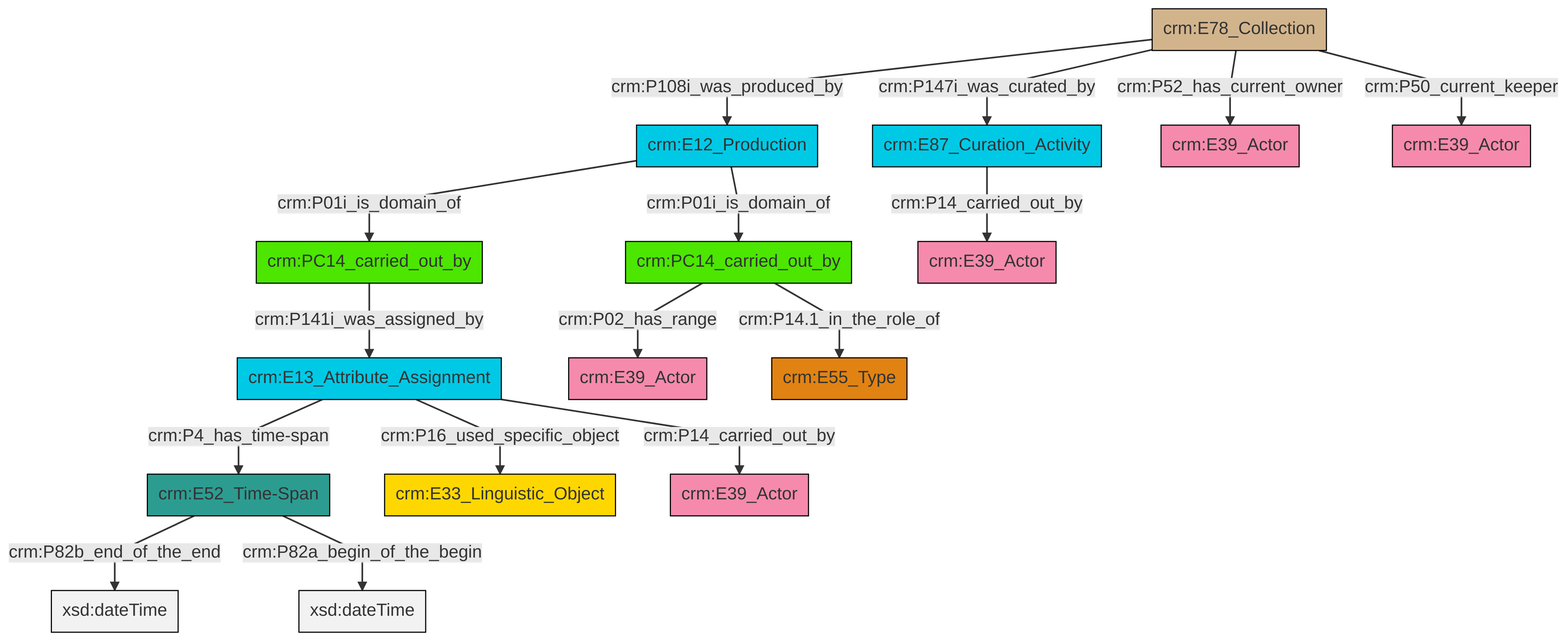
This is et/archivalCSV/ttl/mmd/png/archival_relation.png from swiss-art-research-net/docs.swissartresearch, a Mermaid export, as it was before one commit. Its source is kept beside it as et/archivalCSV/ttl/mmd/archival_relation.ttl.mmd.
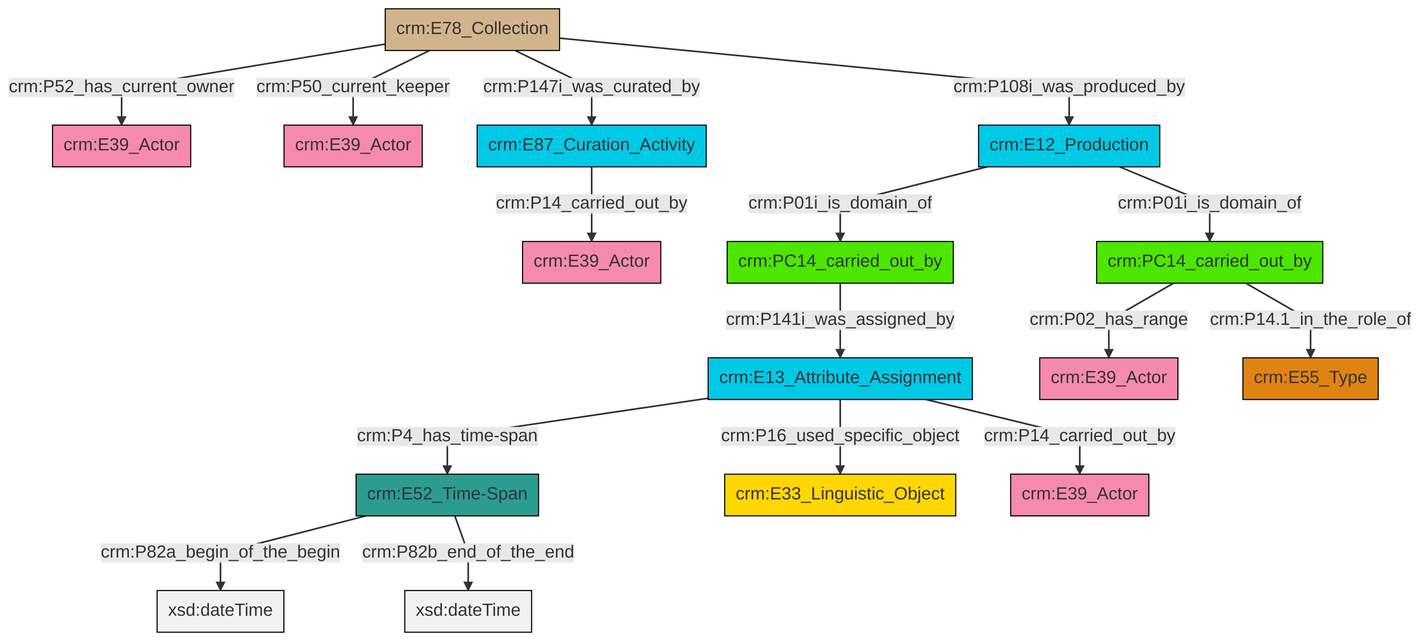
The same diagram one commit later.

The edit, as a diff of the source:
```diff
@@ -13,18 +13,18 @@
 classDef PC_Classes fill:#4ce600, stroke:#000000;
 classDef Multi fill:#cccccc,stroke:#000000;
 
-0["crm:E78_Collection"]:::Physical_Thing -->|crm:P108i_was_produced_by| 1["crm:E12_Production"]:::Temporal_Entity
-1["crm:E12_Production"]:::Temporal_Entity -->|crm:P01i_is_domain_of| 2["crm:PC14_carried_out_by"]:::PC_Classes
-0["crm:E78_Collection"]:::Physical_Thing -->|crm:P147i_was_curated_by| 10["crm:E87_Curation_Activity"]:::Temporal_Entity
-3["crm:E13_Attribute_Assignment"]:::Temporal_Entity -->|crm:P16_used_specific_object| 11["crm:E33_Linguistic_Object"]:::Conceptual_Object
-3["crm:E13_Attribute_Assignment"]:::Temporal_Entity -->|crm:P14_carried_out_by| 13["crm:E39_Actor"]:::Actor
-2["crm:PC14_carried_out_by"]:::PC_Classes -->|crm:P02_has_range| 14["crm:E39_Actor"]:::Actor
-3["crm:E13_Attribute_Assignment"]:::Temporal_Entity -->|crm:P4_has_time-span| 8["crm:E52_Time-Span"]:::Time-Span
-0["crm:E78_Collection"]:::Physical_Thing -->|crm:P52_has_current_owner| 17["crm:E39_Actor"]:::Actor
-8["crm:E52_Time-Span"]:::Time-Span -->|crm:P82b_end_of_the_end| 21[xsd:dateTime]:::Literal
-2["crm:PC14_carried_out_by"]:::PC_Classes -->|crm:P14.1_in_the_role_of| 22["crm:E55_Type"]:::Type
-1["crm:E12_Production"]:::Temporal_Entity -->|crm:P01i_is_domain_of| 5["crm:PC14_carried_out_by"]:::PC_Classes
-10["crm:E87_Curation_Activity"]:::Temporal_Entity -->|crm:P14_carried_out_by| 25["crm:E39_Actor"]:::Actor
-0["crm:E78_Collection"]:::Physical_Thing -->|crm:P50_current_keeper| 26["crm:E39_Actor"]:::Actor
-5["crm:PC14_carried_out_by"]:::PC_Classes -->|crm:P141i_was_assigned_by| 3["crm:E13_Attribute_Assignment"]:::Temporal_Entity
-8["crm:E52_Time-Span"]:::Time-Span -->|crm:P82a_begin_of_the_begin| 29[xsd:dateTime]:::Literal
+0["crm:PC14_carried_out_by"]:::PC_Classes -->|crm:P141i_was_assigned_by| 1["crm:E13_Attribute_Assignment"]:::Temporal_Entity
+1["crm:E13_Attribute_Assignment"]:::Temporal_Entity -->|crm:P4_has_time-span| 2["crm:E52_Time-Span"]:::Time-Span
+7["crm:E78_Collection"]:::Physical_Thing -->|crm:P52_has_current_owner| 8["crm:E39_Actor"]:::Actor
+7["crm:E78_Collection"]:::Physical_Thing -->|crm:P50_current_keeper| 9["crm:E39_Actor"]:::Actor
+3["crm:E12_Production"]:::Temporal_Entity -->|crm:P01i_is_domain_of| 0["crm:PC14_carried_out_by"]:::PC_Classes
+1["crm:E13_Attribute_Assignment"]:::Temporal_Entity -->|crm:P16_used_specific_object| 5["crm:E33_Linguistic_Object"]:::Conceptual_Object
+2["crm:E52_Time-Span"]:::Time-Span -->|crm:P82a_begin_of_the_begin| 14[xsd:dateTime]:::Literal
+15["crm:E87_Curation_Activity"]:::Temporal_Entity -->|crm:P14_carried_out_by| 16["crm:E39_Actor"]:::Actor
+7["crm:E78_Collection"]:::Physical_Thing -->|crm:P147i_was_curated_by| 15["crm:E87_Curation_Activity"]:::Temporal_Entity
+7["crm:E78_Collection"]:::Physical_Thing -->|crm:P108i_was_produced_by| 3["crm:E12_Production"]:::Temporal_Entity
+2["crm:E52_Time-Span"]:::Time-Span -->|crm:P82b_end_of_the_end| 22[xsd:dateTime]:::Literal
+3["crm:E12_Production"]:::Temporal_Entity -->|crm:P01i_is_domain_of| 19["crm:PC14_carried_out_by"]:::PC_Classes
+19["crm:PC14_carried_out_by"]:::PC_Classes -->|crm:P02_has_range| 11["crm:E39_Actor"]:::Actor
+19["crm:PC14_carried_out_by"]:::PC_Classes -->|crm:P14.1_in_the_role_of| 28["crm:E55_Type"]:::Type
+1["crm:E13_Attribute_Assignment"]:::Temporal_Entity -->|crm:P14_carried_out_by| 17["crm:E39_Actor"]:::Actor
```
